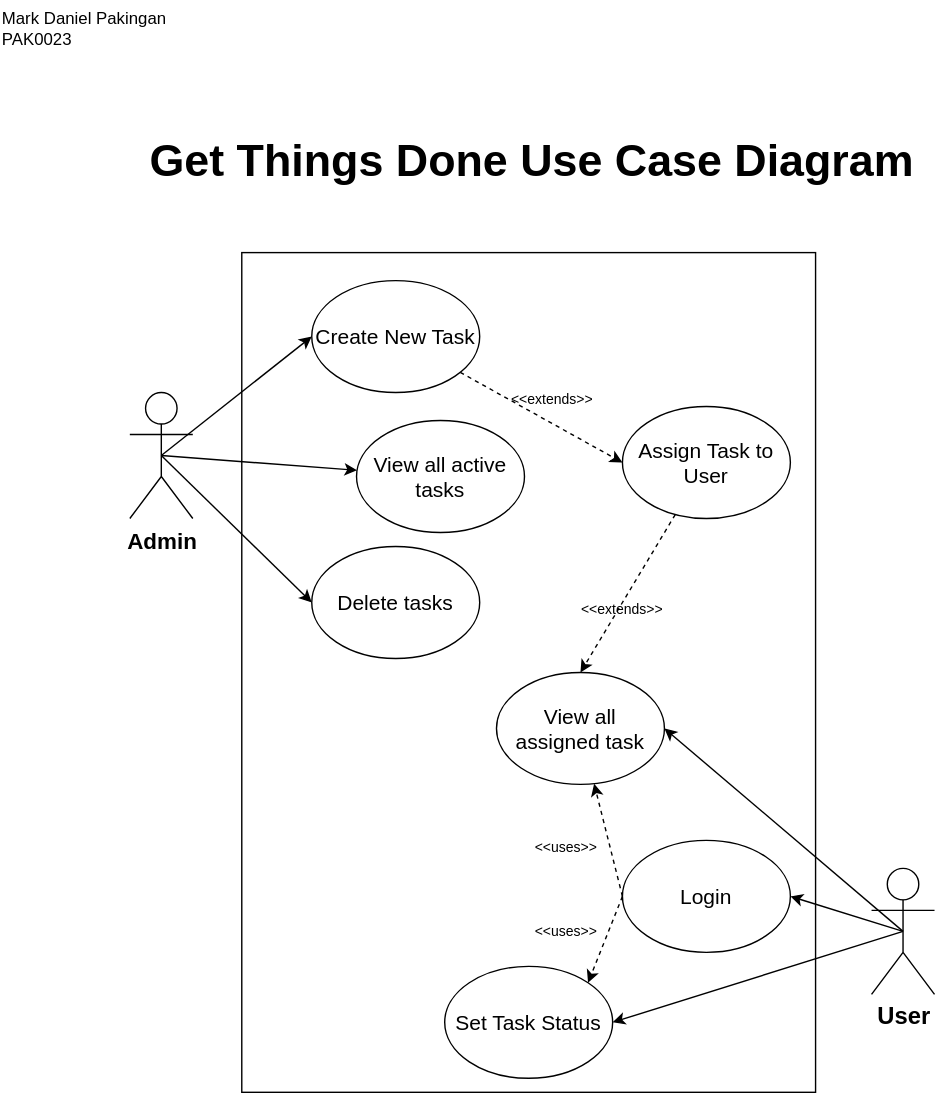
This is pakinganUseCaseDiagram.drawio.svg from ivondrak/SWE2025, a draw.io export, as it was before one commit. Source tidied: cells renumbered, new cells last; positions are measured from the earlier drawing's top-left corner, leaving out a move shared by most shapes.
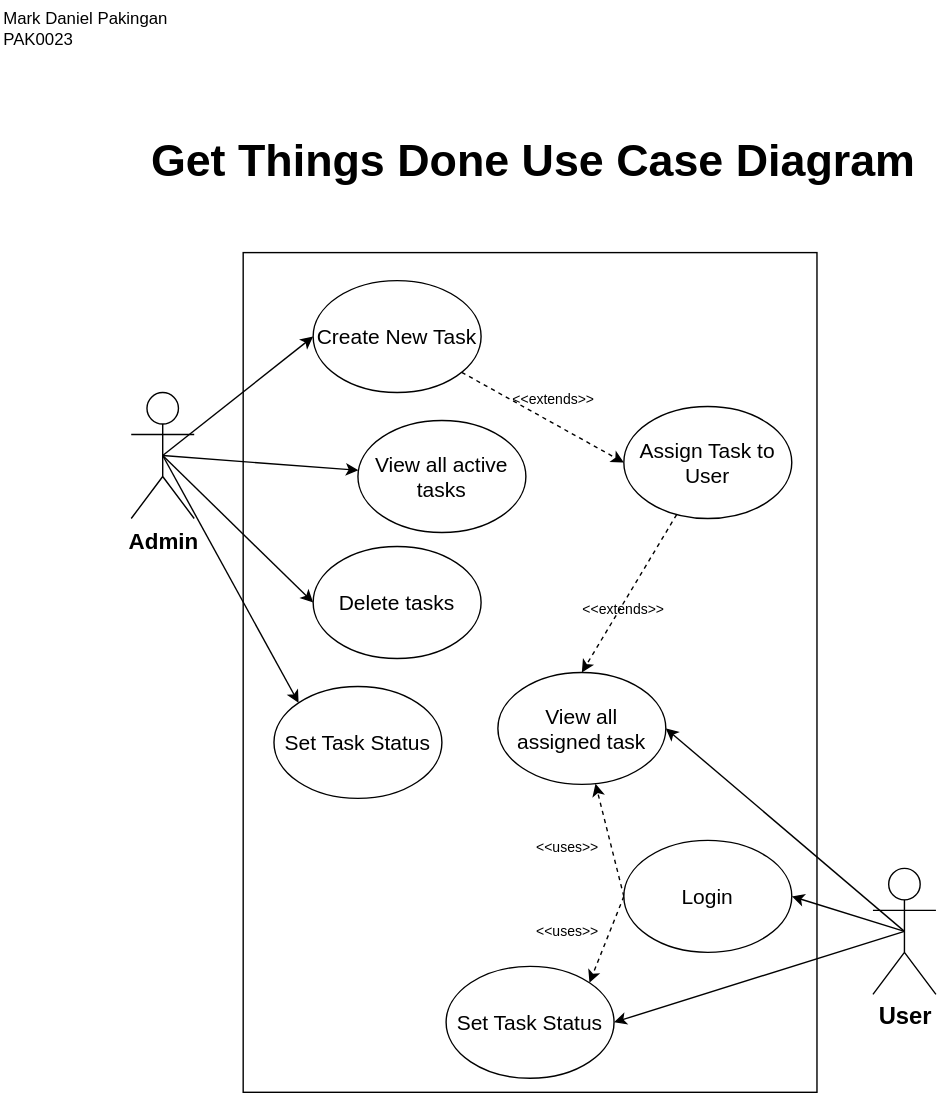
Above is the later version.

Commit message:
finished use case diagram

Diff of the diagram source:
```diff
@@ -80,5 +80,11 @@
     <mxCell id="27" value="&lt;font style=&quot;font-size: 10px;&quot;&gt;&amp;lt;&amp;lt;extends&amp;gt;&amp;gt;&lt;/font&gt;" style="text;html=1;align=center;verticalAlign=middle;whiteSpace=wrap;rounded=0;" parent="1" vertex="1">
       <mxGeometry x="365" y="270" width="60" height="30" as="geometry" />
     </mxCell>
+    <mxCell id="28" value="&lt;span style=&quot;font-size: 15px;&quot;&gt;Set Task Status&lt;/span&gt;" style="ellipse;whiteSpace=wrap;html=1;" parent="1" vertex="1">
+      <mxGeometry x="195" y="490" width="120" height="80" as="geometry" />
+    </mxCell>
+    <mxCell id="29" style="edgeStyle=none;html=1;exitX=0.5;exitY=0.5;exitDx=0;exitDy=0;exitPerimeter=0;entryX=0;entryY=0;entryDx=0;entryDy=0;" parent="1" edge="1" source="2" target="28">
+      <mxGeometry relative="1" as="geometry" />
+    </mxCell>
   </root>
 </mxGraphModel>
```
